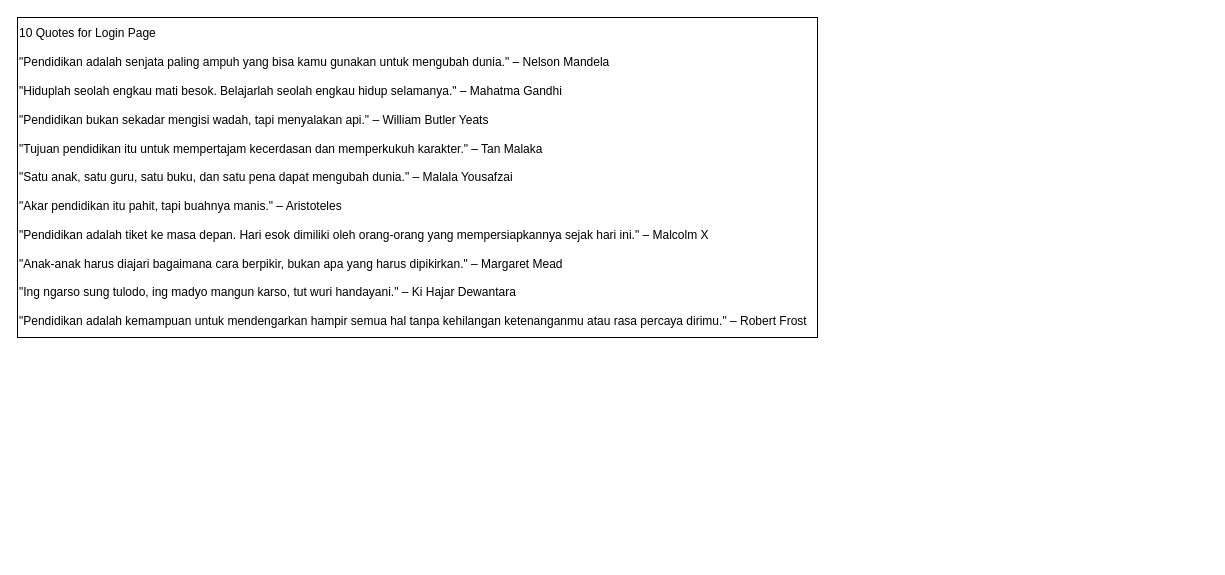
Before: Designs/Workflow Diagram.drawio in LoggingNewMemory/HybridAppDev, a draw.io diagram. Source tidied: cells renumbered, new cells numbered last; positions are measured from the earlier drawing's top-left corner, leaving out a move shared by most shapes. Both pictures are drawn from the tidied source at 100%, with x=0, y=0 at pixel (17, 17).
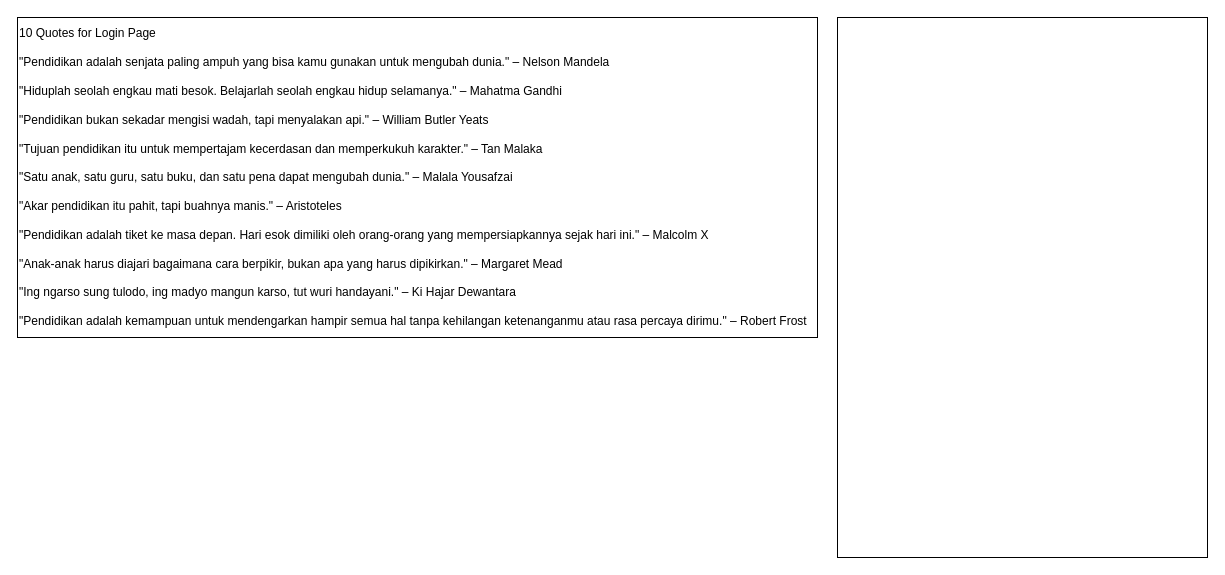
Above is the later version.

Change to the diagram source:
```diff
@@
 <mxGraphModel>
   <root>
     <mxCell id="0" />
     <mxCell id="1" parent="0" />
     <mxCell id="2" value="&lt;div&gt;10 Quotes for Login Page&lt;/div&gt;&lt;div&gt;&lt;br&gt;&lt;/div&gt;&lt;div&gt;&quot;Pendidikan adalah senjata paling ampuh yang bisa kamu gunakan untuk mengubah dunia.&quot; – Nelson Mandela&lt;/div&gt;&lt;div&gt;&lt;br&gt;&lt;/div&gt;&lt;div&gt;&quot;Hiduplah seolah engkau mati besok. Belajarlah seolah engkau hidup selamanya.&quot; – Mahatma Gandhi&lt;/div&gt;&lt;div&gt;&lt;br&gt;&lt;/div&gt;&lt;div&gt;&quot;Pendidikan bukan sekadar mengisi wadah, tapi menyalakan api.&quot; – William Butler Yeats&lt;/div&gt;&lt;div&gt;&lt;br&gt;&lt;/div&gt;&lt;div&gt;&quot;Tujuan pendidikan itu untuk mempertajam kecerdasan dan memperkukuh karakter.&quot; – Tan Malaka&lt;/div&gt;&lt;div&gt;&lt;br&gt;&lt;/div&gt;&lt;div&gt;&quot;Satu anak, satu guru, satu buku, dan satu pena dapat mengubah dunia.&quot; – Malala Yousafzai&lt;/div&gt;&lt;div&gt;&lt;br&gt;&lt;/div&gt;&lt;div&gt;&quot;Akar pendidikan itu pahit, tapi buahnya manis.&quot; – Aristoteles&lt;/div&gt;&lt;div&gt;&lt;br&gt;&lt;/div&gt;&lt;div&gt;&quot;Pendidikan adalah tiket ke masa depan. Hari esok dimiliki oleh orang-orang yang mempersiapkannya sejak hari ini.&quot; – Malcolm X&lt;/div&gt;&lt;div&gt;&lt;br&gt;&lt;/div&gt;&lt;div&gt;&quot;Anak-anak harus diajari bagaimana cara berpikir, bukan apa yang harus dipikirkan.&quot; – Margaret Mead&lt;/div&gt;&lt;div&gt;&lt;br&gt;&lt;/div&gt;&lt;div&gt;&quot;Ing ngarso sung tulodo, ing madyo mangun karso, tut wuri handayani.&quot; – Ki Hajar Dewantara&lt;/div&gt;&lt;div&gt;&lt;br&gt;&lt;/div&gt;&lt;div&gt;&quot;Pendidikan adalah kemampuan untuk mendengarkan hampir semua hal tanpa kehilangan ketenanganmu atau rasa percaya dirimu.&quot; – Robert Frost&lt;/div&gt;" style="rounded=0;whiteSpace=wrap;html=1;align=left;" parent="1" vertex="1">
       <mxGeometry width="800" height="320" as="geometry" />
     </mxCell>
+    <mxCell id="3" style="rounded=0;whiteSpace=wrap;html=1;align=left;" parent="1" vertex="1">
+      <mxGeometry x="820" width="370" height="540" as="geometry" />
+    </mxCell>
   </root>
 </mxGraphModel>
```
